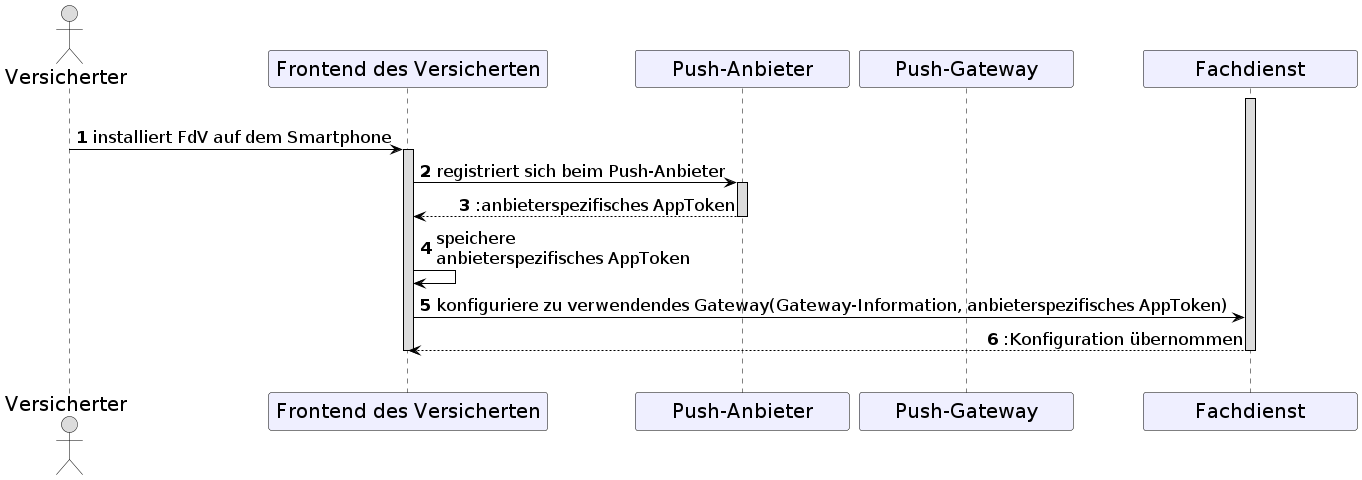
This is images/diagrams/ePA_FDV/push_notifications_fdv_registration.png from gematik/api-ti-messenger, a PlantUML export, as it was before one commit.
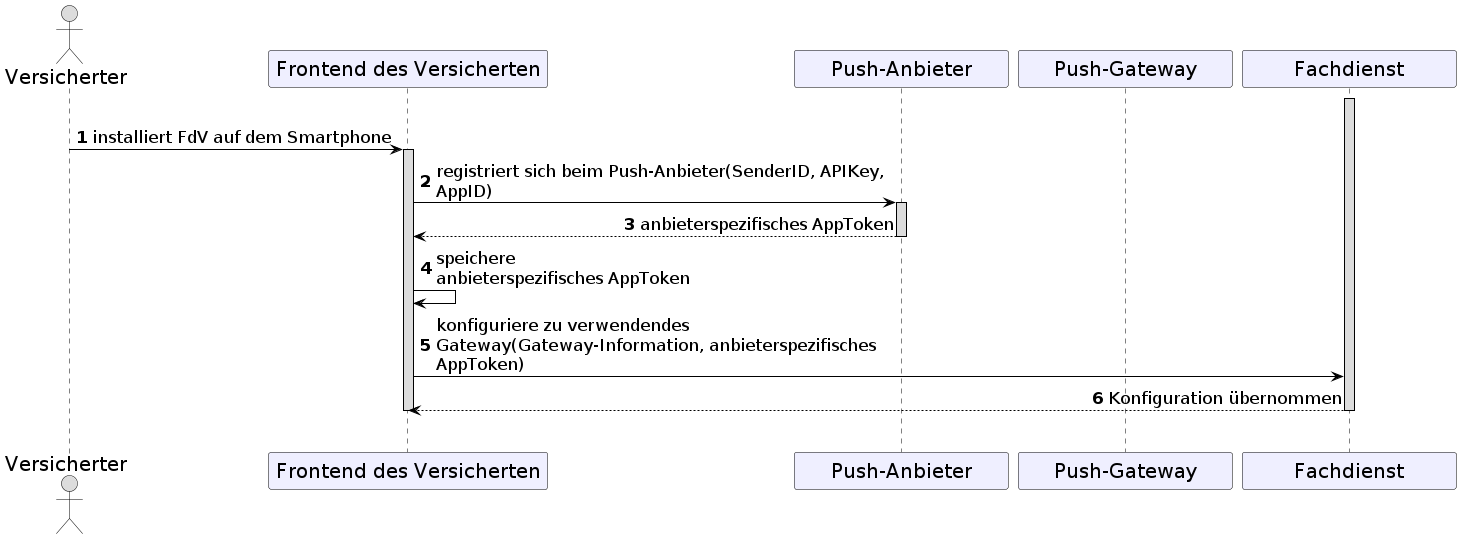
The same file after the commit.

What changed in the source:
```diff
@@ -4,6 +4,7 @@
 skinparam BoxPadding 1
 skinparam sequenceReferenceHeaderBackgroundColor palegreen
 scale max 2048 width
+skinparam maxMessageSize 450
 
 skinparam sequence {
 ArrowColor black
@@ -23,26 +24,25 @@
 ActorFontColor black
 ActorFontSize 20
 }
-
 autonumber
 
-    actor v as "Versicherter"
-    participant fdv as "Frontend des Versicherten"
-    participant pa as "Push-Anbieter"
-    participant pg as "Push-Gateway"
-    participant fd as "Fachdienst"
+actor v as "Versicherter"
+participant fdv as "Frontend des Versicherten"
+participant pa as "Push-Anbieter"
+participant pg as "Push-Gateway"
+participant fd as "Fachdienst"
 
 |||
   activate fd
   v->fdv: installiert FdV auf dem Smartphone
   activate fdv
-  fdv->pa: registriert sich beim Push-Anbieter
+  fdv->pa: registriert sich beim Push-Anbieter(SenderID, APIKey, AppID)
   activate pa
-  pa-->fdv: :anbieterspezifisches AppToken
+  pa-->fdv: anbieterspezifisches AppToken
   deactivate pa
   fdv->fdv: speichere \nanbieterspezifisches AppToken
   fdv->fd: konfiguriere zu verwendendes Gateway(Gateway-Information, anbieterspezifisches AppToken)
-  fd-->fdv: :Konfiguration übernommen
+  fd-->fdv: Konfiguration übernommen
 |||
 
   deactivate fd
```
